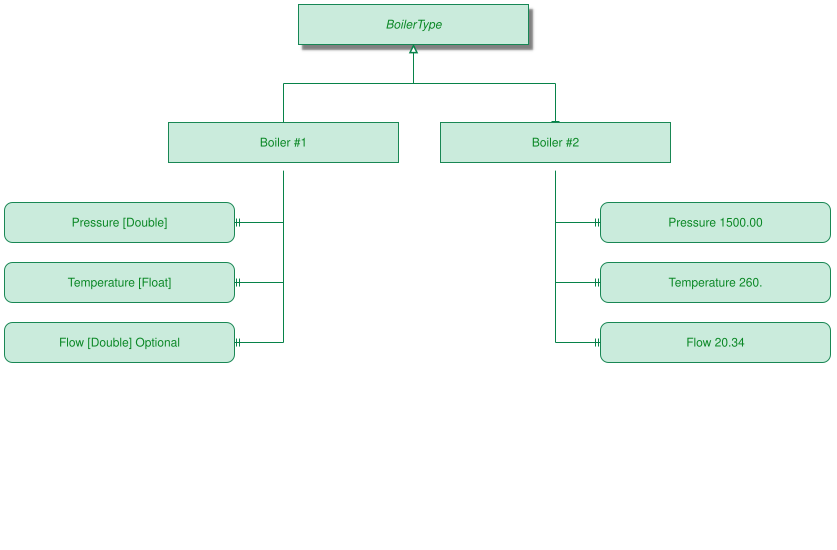
Earlier version of the PlantUML export example.png (gergap/opcdiaggen). Its source is kept beside it as example.puml.
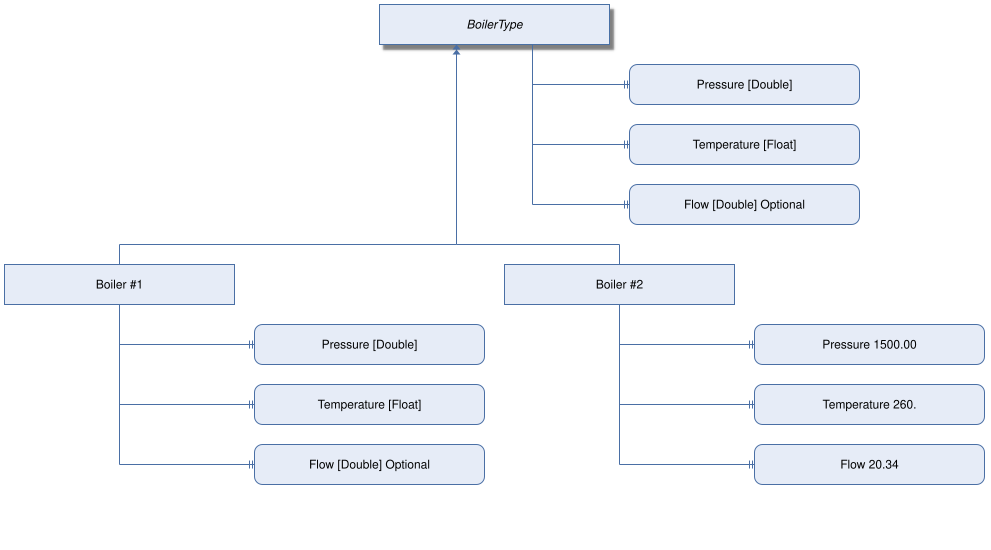
Above is the later version.

What changed in the source:
```diff
@@ -1,19 +1,17 @@
 @starttypesystem
-skinparam backgroundColor transparent
-skinparam ArrowColor #078249
-skinparam node {
-  BackgroundColor #caebdc
-  BorderColor #198754
-  FontColor #098724
-  FontName Helvetica
-}
+skinparam backgroundColor #ff0000
 
 * objtype "BoilerType"
+*** var "Pressure [Double]"
+*** var "Temperature [Float]"
+*** var "Flow [Double] Optional"
+
 ** obj "Boiler #1"
 *** var "Pressure [Double]"
 *** var "Temperature [Float]"
 *** var "Flow [Double] Optional"
-** hasComponent obj "Boiler #2"
+
+** obj "Boiler #2"
 *** hasProperty var "Pressure 1500.00"
 *** hasProperty var "Temperature 260."
 *** hasProperty var "Flow 20.34"
```
